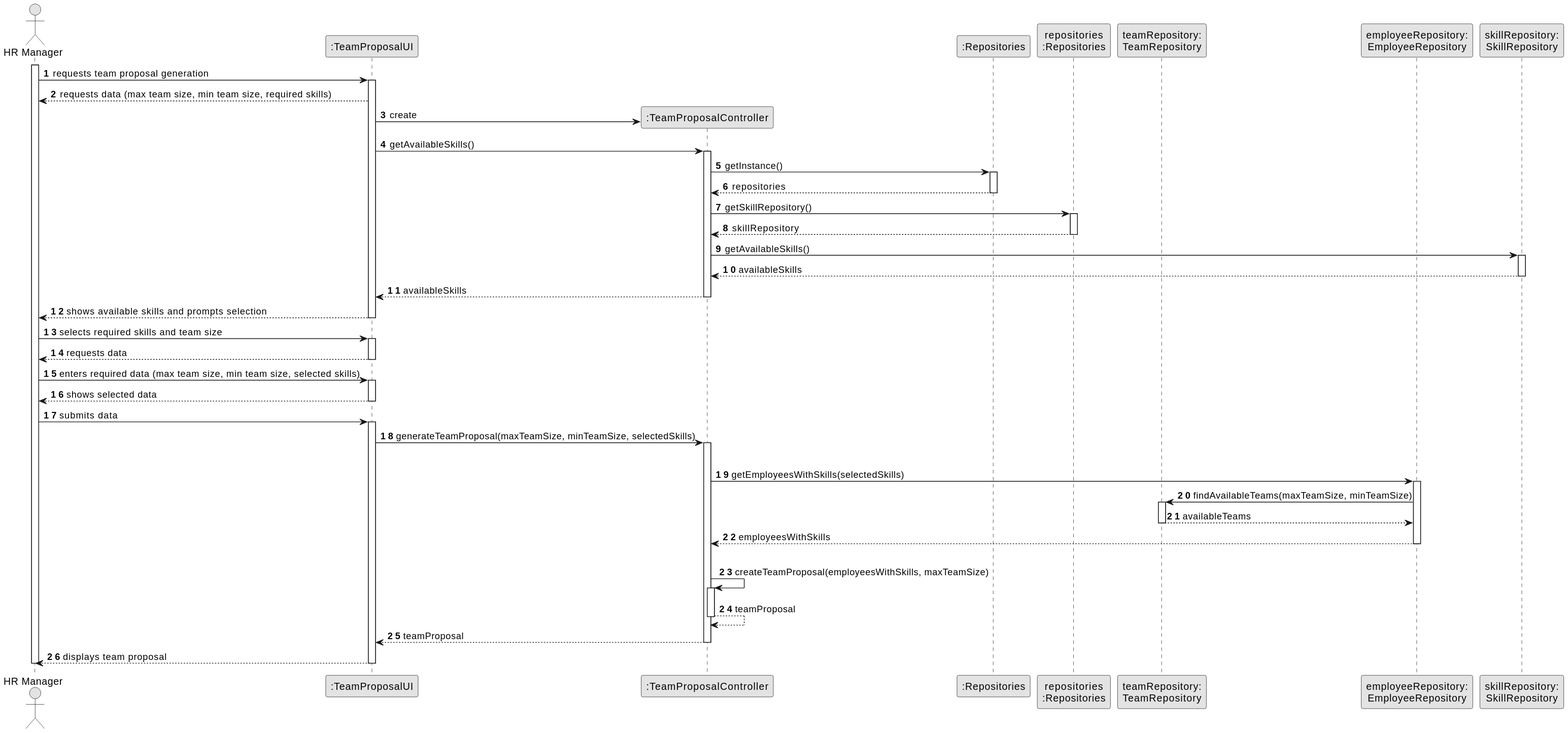
The PlantUML diagram docs/sprintA/us005/03.design/svg/us005-sequence-diagram-full.svg in Departamento-de-Engenharia-Informatica/greenspace-management, before a commit.
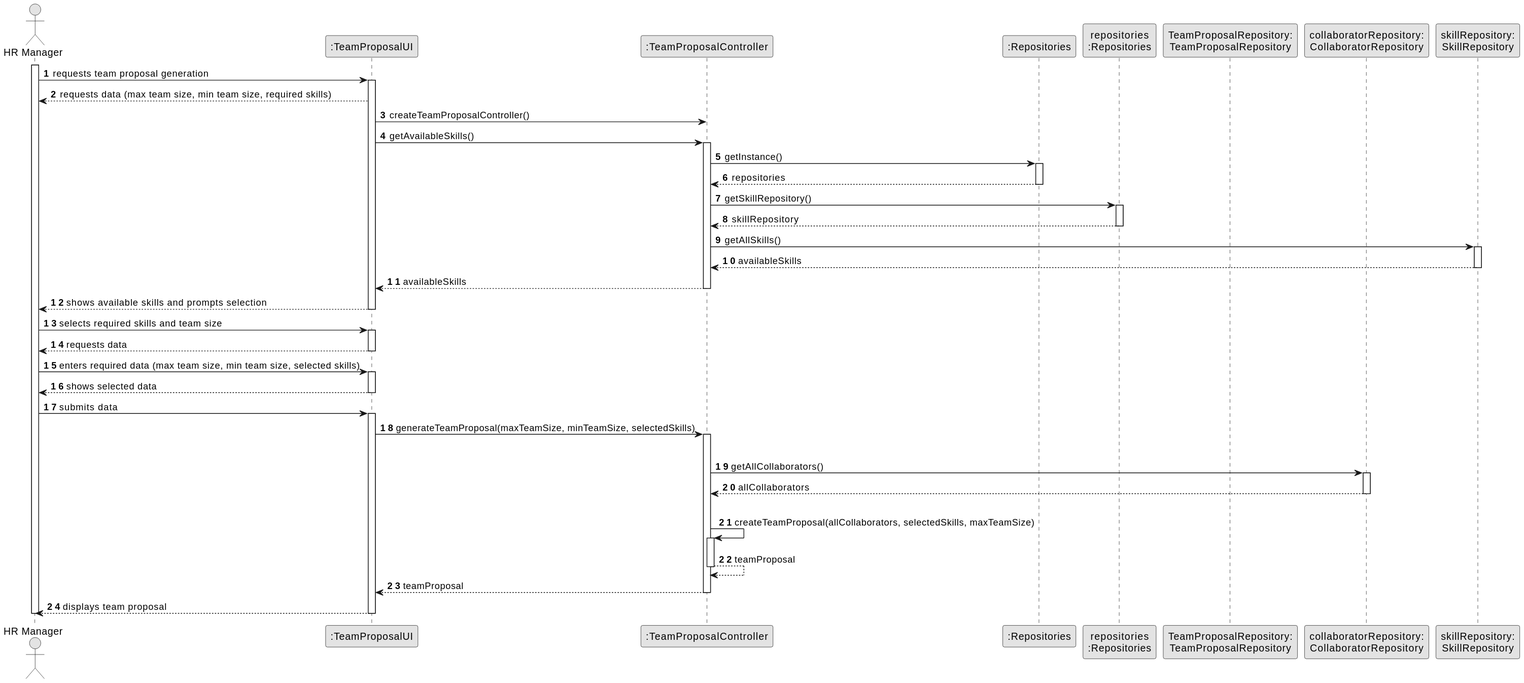
After the commit.

Commit message:
Split diagrams US 05

Change to the diagram source:
```diff
@@ -10,8 +10,8 @@
 participant ":TeamProposalController" as Controller
 participant ":Repositories" as RepositorySingleton
 participant "repositories\n:Repositories" as PLAT
-participant "teamRepository:\nTeamRepository" as TeamRepository
-participant "employeeRepository:\nEmployeeRepository" as EmployeeRepository
+participant "TeamProposalRepository:\nTeamProposalRepository" as TeamProposalRepository
+participant "collaboratorRepository:\nCollaboratorRepository" as CollaboratorRepository
 participant "skillRepository:\nSkillRepository" as SkillRepository
 
 activate HRM
@@ -22,7 +22,7 @@
 
     UI --> HRM : requests data (max team size, min team size, required skills)
 
-    UI -> Controller** : create
+    UI -> Controller : createTeamProposalController()
 
     UI -> Controller : getAvailableSkills()
     activate Controller
@@ -39,7 +39,7 @@
             PLAT --> Controller: skillRepository
         deactivate PLAT
 
-        Controller -> SkillRepository : getAvailableSkills()
+        Controller -> SkillRepository : getAllSkills()
         activate SkillRepository
 
             SkillRepository --> Controller : availableSkills
@@ -70,20 +70,14 @@
     activate Controller
 
         |||
-        Controller -> EmployeeRepository : getEmployeesWithSkills(selectedSkills)
-        activate EmployeeRepository
+        Controller -> CollaboratorRepository : getAllCollaborators()
+        activate CollaboratorRepository
 
-            EmployeeRepository -> TeamRepository : findAvailableTeams(maxTeamSize, minTeamSize)
-            activate TeamRepository
-
-                TeamRepository --> EmployeeRepository : availableTeams
-            deactivate TeamRepository
-
-            EmployeeRepository --> Controller : employeesWithSkills
-        deactivate EmployeeRepository
+            CollaboratorRepository --> Controller : allCollaborators
+        deactivate CollaboratorRepository
         |||
 
-        Controller -> Controller : createTeamProposal(employeesWithSkills, maxTeamSize)
+        Controller -> Controller : createTeamProposal(allCollaborators, selectedSkills, maxTeamSize)
         activate Controller
 
             Controller --> Controller : teamProposal
```
